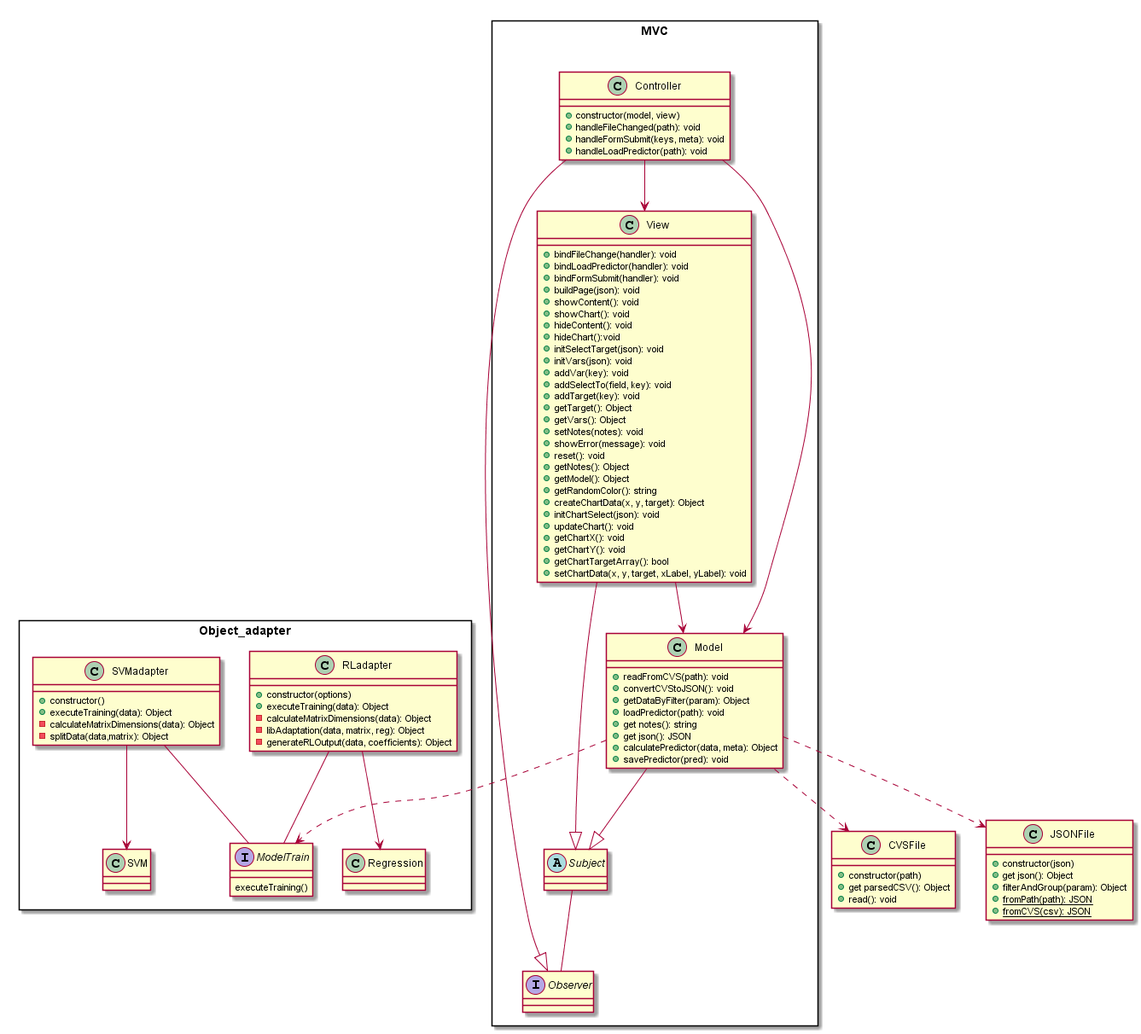
Before: esterni/manuale-sviluppatore/components/img/classDiagramTA.png, a diagram exported from PlantUML (sofiabononi/project-docs). Its diagram source:
```plantuml
@startuml

class CVSFile{
    +constructor(path)
    +get parsedCSV(): Object
    +read(): void
}

class JSONFile{
  +constructor(json)
  +get json(): Object
  +filterAndGroup(param): Object
  +{static} fromPath(path): JSON
  +{static} fromCVS(csv): JSON
}

package Object_adapter <<Rectangle>>{
class RLadapter{
    +constructor(options)
    +executeTraining(data): Object
    -calculateMatrixDimensions(data): Object
    -libAdaptation(data, matrix, reg): Object
    -generateRLOutput(data, coefficients): Object
}

class SVMadapter{
    +constructor()
    +executeTraining(data): Object
    -calculateMatrixDimensions(data): Object
    -splitData(data,matrix): Object
}

class Regression
class SVM


interface ModelTrain
ModelTrain : executeTraining()
}

package MVC <<Rectangle>> {
together {
class Model{
    +readFromCVS(path): void
    +convertCVStoJSON(): void
    +getDataByFilter(param): Object
    +loadPredictor(path): void
    +get notes(): string
    +get json(): JSON
    +calculatePredictor(data, meta): Object
    +savePredictor(pred): void
}


class Controller{
    +constructor(model, view)
    +handleFileChanged(path): void
    +handleFormSubmit(keys, meta): void
    +handleLoadPredictor(path): void
}

class View{
    +bindFileChange(handler): void
    +bindLoadPredictor(handler): void
    +bindFormSubmit(handler): void
    +buildPage(json): void
    +showContent(): void
    +showChart(): void
    +hideContent(): void
    +hideChart():void
    +initSelectTarget(json): void
    +initVars(json): void
    +addVar(key): void
    +addSelectTo(field, key): void
    +addTarget(key): void
    +getTarget(): Object
    +getVars(): Object
    +setNotes(notes): void
    +showError(message): void
    +reset(): void
    +getNotes(): Object
    +getModel(): Object
    +getRandomColor(): string
    +createChartData(x, y, target): Object
    +initChartSelect(json): void
    +updateChart(): void
    +getChartX(): void
    +getChartY(): void
    +getChartTargetArray(): bool
    +setChartData(x, y, target, xLabel, yLabel): void

}
}

interface Observer
abstract class Subject
}

SVMadapter -- ModelTrain
RLadapter -- ModelTrain

SVMadapter --> SVM
RLadapter --> Regression

Model ..> ModelTrain

Controller --> View
Controller --> Model

Model ..> CVSFile
Model ..> JSONFile

Controller --|> Observer
Subject -- Observer
View --|> Subject
Model --|> Subject
View --> Model


@enduml
```
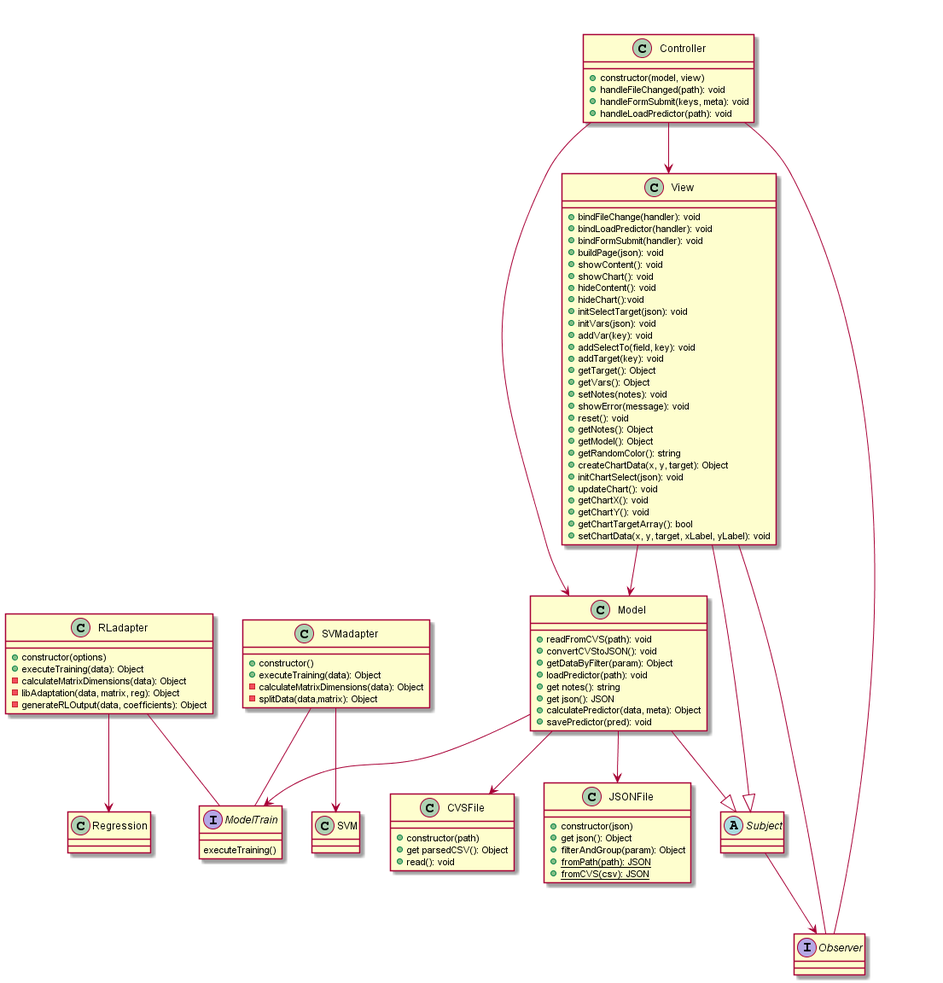
Above is the later version.

Diff of the diagram source:
```diff
@@ -14,7 +14,7 @@
   +{static} fromCVS(csv): JSON
 }
 
-package Object_adapter <<Rectangle>>{
+
 class RLadapter{
     +constructor(options)
     +executeTraining(data): Object
@@ -36,9 +36,13 @@
 
 interface ModelTrain
 ModelTrain : executeTraining()
-}
 
-package MVC <<Rectangle>> {
+
+
+
+interface Observer
+abstract class Subject
+
 together {
 class Model{
     +readFromCVS(path): void
@@ -92,29 +96,25 @@
 }
 }
 
-interface Observer
-abstract class Subject
-}
-
 SVMadapter -- ModelTrain
 RLadapter -- ModelTrain
 
 SVMadapter --> SVM
 RLadapter --> Regression
 
-Model ..> ModelTrain
+Model --> ModelTrain
 
 Controller --> View
 Controller --> Model
 
-Model ..> CVSFile
-Model ..> JSONFile
+Model --> CVSFile
+Model --> JSONFile
 
-Controller --|> Observer
-Subject -- Observer
+Controller -- Observer
+View -- Observer
+Subject --> Observer
 View --|> Subject
 Model --|> Subject
 View --> Model
 
-
 @enduml
```
